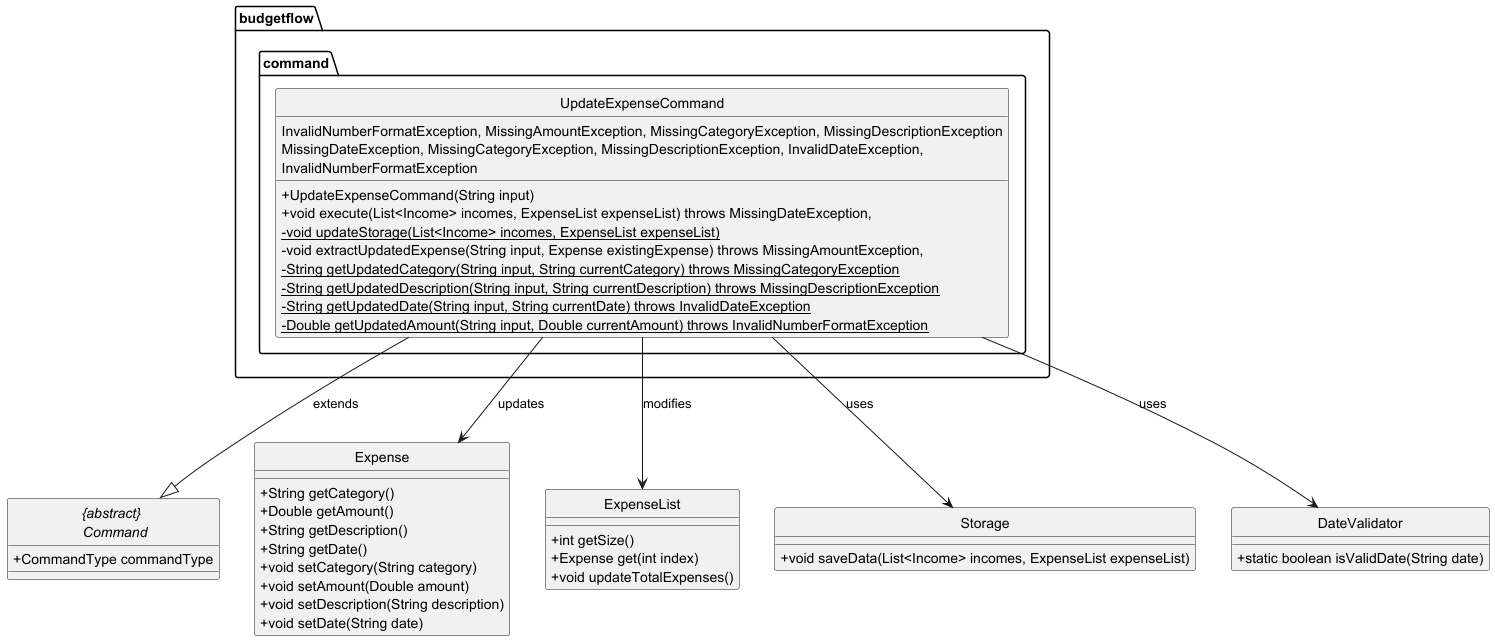
Earlier version of the PlantUML export docs/diagrams/update_expense_command_class_diagram.png (thienkimtranhoang/tp). Its diagram source:
```plantuml
@startuml

hide circle
skinparam classAttributeIconSize 0

package "budgetflow.command" {
    class UpdateExpenseCommand {
        + UpdateExpenseCommand(String input)
        + void execute(List<Income> incomes, ExpenseList expenseList) throws MissingDateException,
          InvalidNumberFormatException, MissingAmountException, MissingCategoryException, MissingDescriptionException
        - {static} void updateStorage(List<Income> incomes, ExpenseList expenseList)
        - void extractUpdatedExpense(String input, Expense existingExpense) throws MissingAmountException,
          MissingDateException, MissingCategoryException, MissingDescriptionException, InvalidDateException,
          InvalidNumberFormatException
        - {static} String getUpdatedCategory(String input, String currentCategory) throws MissingCategoryException
        - {static} String getUpdatedDescription(String input, String currentDescription) throws MissingDescriptionException
        - {static} String getUpdatedDate(String input, String currentDate) throws InvalidDateException
        - {static} Double getUpdatedAmount(String input, Double currentAmount) throws InvalidNumberFormatException
    }
}

abstract class "{abstract} \n Command" {
    + CommandType commandType
}

class Expense {
    + String getCategory()
    + Double getAmount()
    + String getDescription()
    + String getDate()
    + void setCategory(String category)
    + void setAmount(Double amount)
    + void setDescription(String description)
    + void setDate(String date)
}

class ExpenseList {
    + int getSize()
    + Expense get(int index)
    + void updateTotalExpenses()
}

class Storage {
    + void saveData(List<Income> incomes, ExpenseList expenseList)
}

class DateValidator {
    + static boolean isValidDate(String date)
}

UpdateExpenseCommand --|> "{abstract} \n Command" : extends
UpdateExpenseCommand --> Expense : updates
UpdateExpenseCommand --> ExpenseList : modifies
UpdateExpenseCommand --> Storage : uses
UpdateExpenseCommand --> DateValidator : uses

@enduml
```
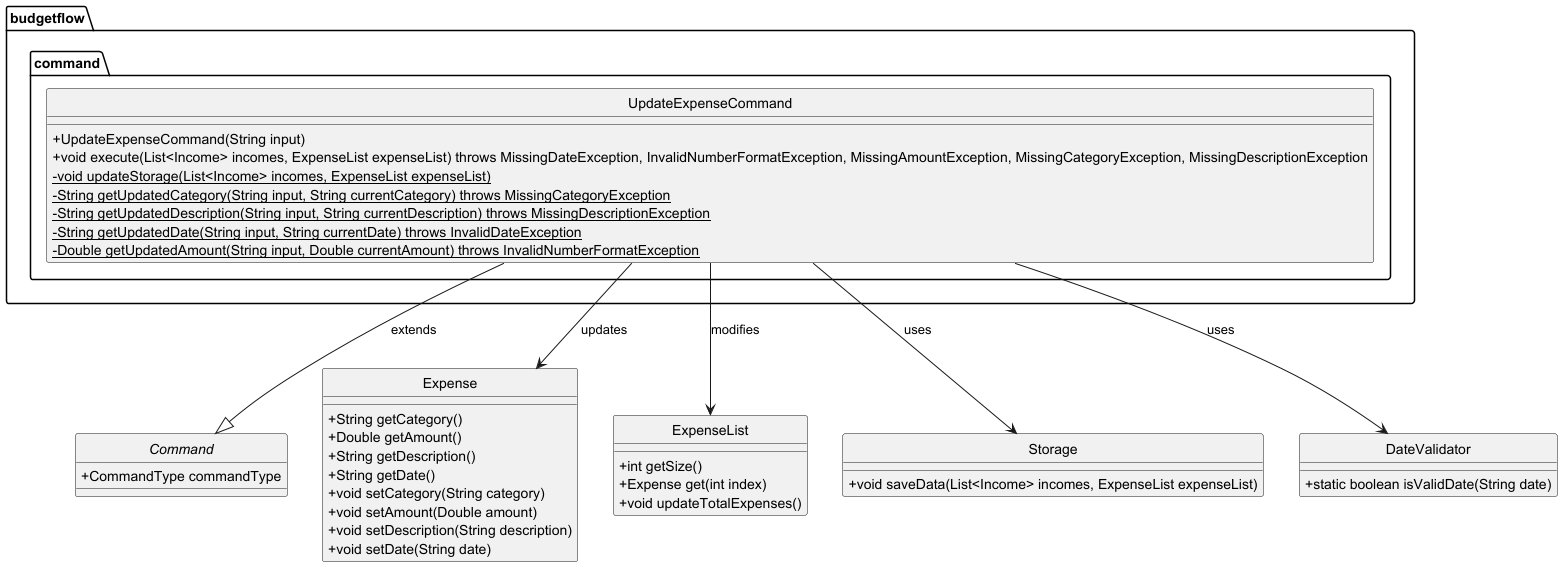
Above is the later version.

What changed in the source:
```diff
@@ -6,12 +6,8 @@
 package "budgetflow.command" {
     class UpdateExpenseCommand {
         + UpdateExpenseCommand(String input)
-        + void execute(List<Income> incomes, ExpenseList expenseList) throws MissingDateException,
-          InvalidNumberFormatException, MissingAmountException, MissingCategoryException, MissingDescriptionException
+        + void execute(List<Income> incomes, ExpenseList expenseList) throws MissingDateException, InvalidNumberFormatException, MissingAmountException, MissingCategoryException, MissingDescriptionException
         - {static} void updateStorage(List<Income> incomes, ExpenseList expenseList)
-        - void extractUpdatedExpense(String input, Expense existingExpense) throws MissingAmountException,
-          MissingDateException, MissingCategoryException, MissingDescriptionException, InvalidDateException,
-          InvalidNumberFormatException
         - {static} String getUpdatedCategory(String input, String currentCategory) throws MissingCategoryException
         - {static} String getUpdatedDescription(String input, String currentDescription) throws MissingDescriptionException
         - {static} String getUpdatedDate(String input, String currentDate) throws InvalidDateException
@@ -19,7 +15,7 @@
     }
 }
 
-abstract class "{abstract} \n Command" {
+abstract class Command {
     + CommandType commandType
 }
 
@@ -48,7 +44,7 @@
     + static boolean isValidDate(String date)
 }
 
-UpdateExpenseCommand --|> "{abstract} \n Command" : extends
+UpdateExpenseCommand --|> Command : extends
 UpdateExpenseCommand --> Expense : updates
 UpdateExpenseCommand --> ExpenseList : modifies
 UpdateExpenseCommand --> Storage : uses
```
